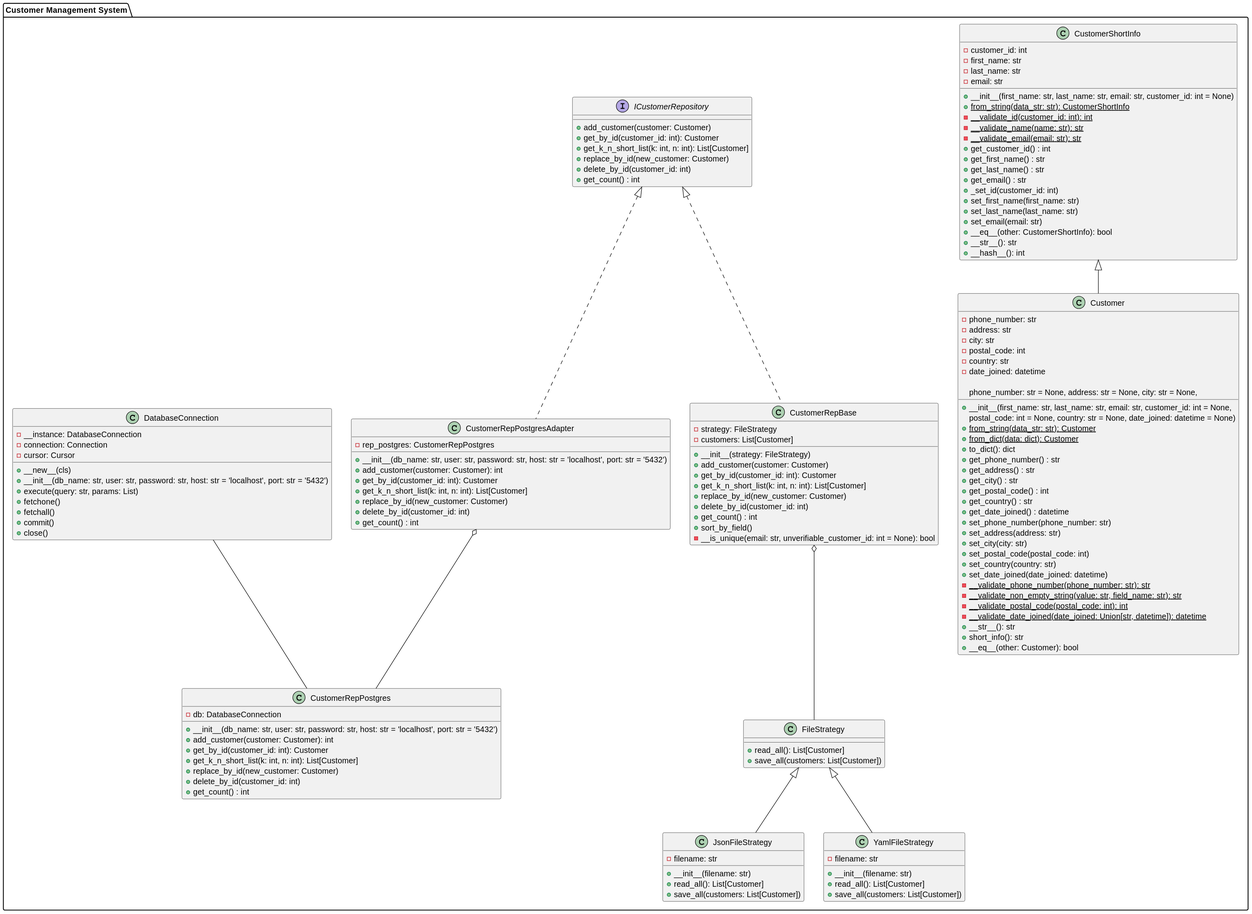
MrOganes/information-systems-design keeps this PlantUML diagram as class_diagram.svg. Above is the earlier version. Its diagram source:
```plantuml
@startuml
package "Customer Management System" {

    class CustomerShortInfo {
        - customer_id: int
        - first_name: str
        - last_name: str
        - email: str

        + __init__(first_name: str, last_name: str, email: str, customer_id: int = None)
        {static} + from_string(data_str: str): CustomerShortInfo
        {static} - __validate_id(customer_id: int): int
        {static} - __validate_name(name: str): str
        {static} - __validate_email(email: str): str
        + get_customer_id() : int
        + get_first_name() : str
        + get_last_name() : str
        + get_email() : str
        + _set_id(customer_id: int)
        + set_first_name(first_name: str)
        + set_last_name(last_name: str)
        + set_email(email: str)
        + __eq__(other: CustomerShortInfo): bool
        + __str__(): str
        + __hash__(): int
    }

    class Customer {
        - phone_number: str
        - address: str
        - city: str
        - postal_code: int
        - country: str
        - date_joined: datetime

        + __init__(first_name: str, last_name: str, email: str, customer_id: int = None,
                   phone_number: str = None, address: str = None, city: str = None,
                   postal_code: int = None, country: str = None, date_joined: datetime = None)
        {static} + from_string(data_str: str): Customer
        {static} + from_dict(data: dict): Customer
        + to_dict(): dict
        + get_phone_number() : str
        + get_address() : str
        + get_city() : str
        + get_postal_code() : int
        + get_country() : str
        + get_date_joined() : datetime
        + set_phone_number(phone_number: str)
        + set_address(address: str)
        + set_city(city: str)
        + set_postal_code(postal_code: int)
        + set_country(country: str)
        + set_date_joined(date_joined: datetime)
        {static} - __validate_phone_number(phone_number: str): str
        {static} - __validate_non_empty_string(value: str, field_name: str): str
        {static} - __validate_postal_code(postal_code: int): int
        {static} - __validate_date_joined(date_joined: Union[str, datetime]): datetime
        + __str__(): str
        + short_info(): str
        + __eq__(other: Customer): bool
    }

    interface ICustomerRepository {
        + add_customer(customer: Customer)
        + get_by_id(customer_id: int): Customer
        + get_k_n_short_list(k: int, n: int): List[Customer]
        + replace_by_id(new_customer: Customer)
        + delete_by_id(customer_id: int)
        + get_count() : int
    }

    class CustomerRepBase {
        - strategy: FileStrategy
        - customers: List[Customer]

        + __init__(strategy: FileStrategy)
        + add_customer(customer: Customer)
        + get_by_id(customer_id: int): Customer
        + get_k_n_short_list(k: int, n: int): List[Customer]
        + replace_by_id(new_customer: Customer)
        + delete_by_id(customer_id: int)
        + get_count() : int
        + sort_by_field()
        - __is_unique(email: str, unverifiable_customer_id: int = None): bool
    }

    class FileStrategy {
        + read_all(): List[Customer]
        + save_all(customers: List[Customer])
    }

    class JsonFileStrategy {
        - filename: str

        + __init__(filename: str)
        + read_all(): List[Customer]
        + save_all(customers: List[Customer])
    }

    class YamlFileStrategy {
        - filename: str

        + __init__(filename: str)
        + read_all(): List[Customer]
        + save_all(customers: List[Customer])
    }

    class DatabaseConnection {
        - __instance: DatabaseConnection
        - connection: Connection
        - cursor: Cursor

        + __new__(cls)
        + __init__(db_name: str, user: str, password: str, host: str = 'localhost', port: str = '5432')
        + execute(query: str, params: List)
        + fetchone()
        + fetchall()
        + commit()
        + close()
    }

    class CustomerRepPostgres {
        - db: DatabaseConnection

        + __init__(db_name: str, user: str, password: str, host: str = 'localhost', port: str = '5432')
        + add_customer(customer: Customer): int
        + get_by_id(customer_id: int): Customer
        + get_k_n_short_list(k: int, n: int): List[Customer]
        + replace_by_id(new_customer: Customer)
        + delete_by_id(customer_id: int)
        + get_count() : int
    }

    class CustomerRepPostgresAdapter {
        - rep_postgres: CustomerRepPostgres

        + __init__(db_name: str, user: str, password: str, host: str = 'localhost', port: str = '5432')
        + add_customer(customer: Customer): int
        + get_by_id(customer_id: int): Customer
        + get_k_n_short_list(k: int, n: int): List[Customer]
        + replace_by_id(new_customer: Customer)
        + delete_by_id(customer_id: int)
        + get_count() : int
    }

    CustomerShortInfo <|-- Customer
    ICustomerRepository <|.. CustomerRepBase
    ICustomerRepository <|.. CustomerRepPostgresAdapter
    CustomerRepBase o-- FileStrategy
    FileStrategy <|-- JsonFileStrategy
    FileStrategy <|-- YamlFileStrategy
    CustomerRepPostgresAdapter o-- CustomerRepPostgres
    DatabaseConnection -- CustomerRepPostgres
}
@enduml
```
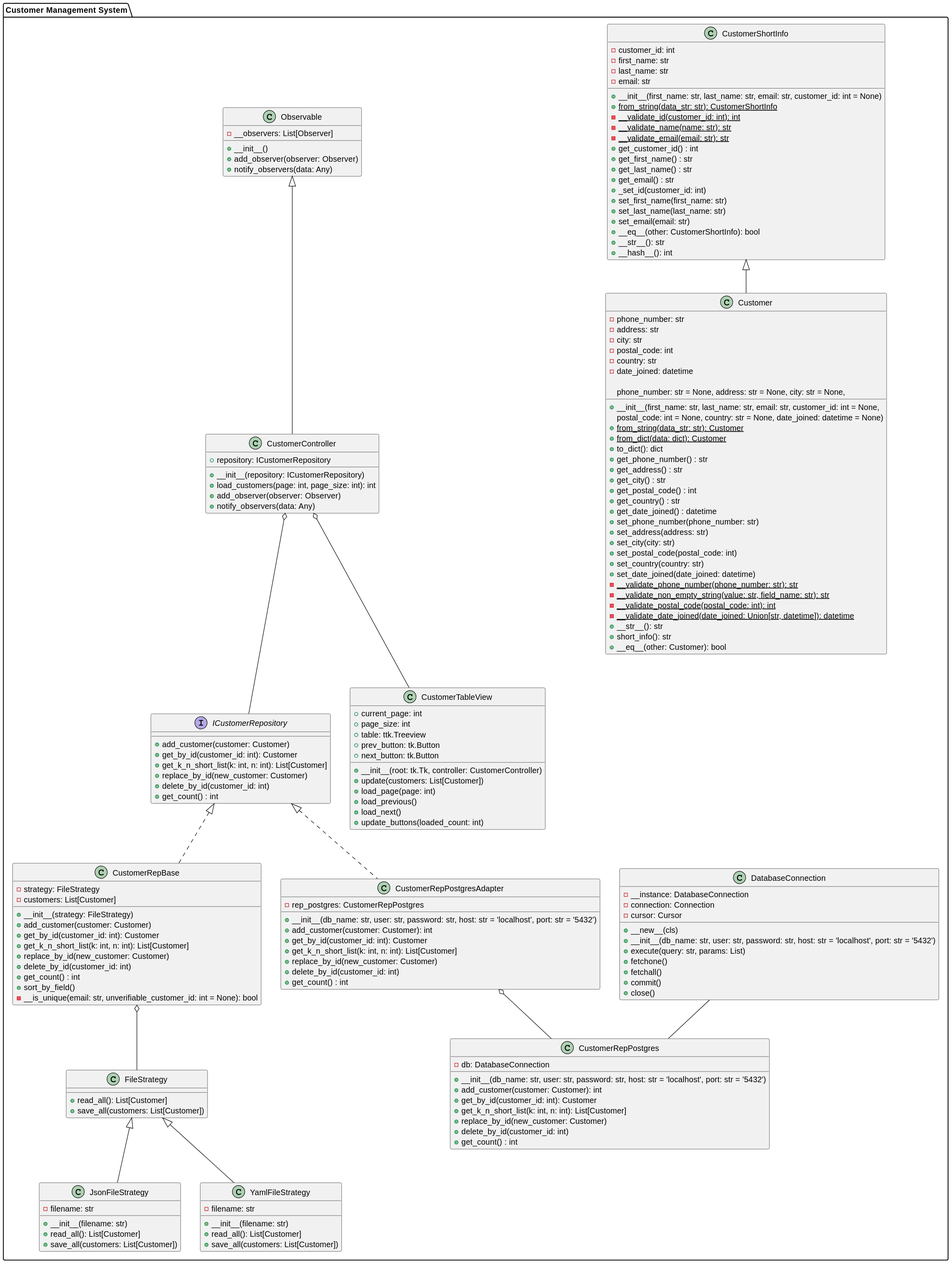
The same diagram one commit later.

Commit message:
Lab 3. feat: Implemented customer display with pagination using MVC pattern and observer for dynamic view updates.

What changed in the source:
```diff
@@ -143,6 +143,38 @@
         + get_count() : int
     }
 
+    class Observable {
+        - __observers: List[Observer]
+
+        + __init__()
+        + add_observer(observer: Observer)
+        + notify_observers(data: Any)
+    }
+
+    class CustomerController {
+        + repository: ICustomerRepository
+
+        + __init__(repository: ICustomerRepository)
+        + load_customers(page: int, page_size: int): int
+        + add_observer(observer: Observer)
+        + notify_observers(data: Any)
+    }
+
+    class CustomerTableView {
+        + current_page: int
+        + page_size: int
+        + table: ttk.Treeview
+        + prev_button: tk.Button
+        + next_button: tk.Button
+
+        + __init__(root: tk.Tk, controller: CustomerController)
+        + update(customers: List[Customer])
+        + load_page(page: int)
+        + load_previous()
+        + load_next()
+        + update_buttons(loaded_count: int)
+    }
+
     CustomerShortInfo <|-- Customer
     ICustomerRepository <|.. CustomerRepBase
     ICustomerRepository <|.. CustomerRepPostgresAdapter
@@ -151,5 +183,9 @@
     FileStrategy <|-- YamlFileStrategy
     CustomerRepPostgresAdapter o-- CustomerRepPostgres
     DatabaseConnection -- CustomerRepPostgres
+
+    Observable <|-- CustomerController
+    CustomerController o-- ICustomerRepository
+    CustomerController o-- CustomerTableView
 }
 @enduml
```
